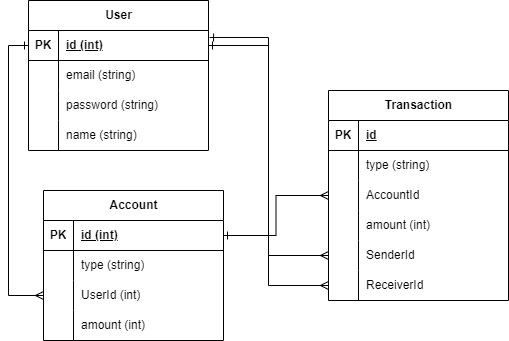
zakyabdurrahman/be-assignment-concrete keeps this draw.io diagram as be_erd.drawio.png. Above is the earlier version. Source tidied: cells renumbered, new cells last; positions are measured from the earlier drawing's top-left corner, leaving out a move shared by most shapes. The source it was exported from:
```xml
<mxGraphModel>
  <root>
    <mxCell id="0" />
    <mxCell id="1" parent="0" />
    <mxCell id="2" value="User" style="shape=table;startSize=30;rowLines=0;fontStyle=1;align=center;html=1;" parent="1" vertex="1">
      <mxGeometry width="180" height="150" as="geometry" />
    </mxCell>
    <mxCell id="3" style="shape=tableRow;horizontal=0;startSize=0;swimlaneHead=0;swimlaneBody=0;fillColor=none;points=[[0,0.5],[1,0.5]];portConstraint=eastwest;top=0;left=0;right=0;bottom=1;" parent="2" vertex="1">
      <mxGeometry y="30" width="180" height="30" as="geometry" />
    </mxCell>
    <mxCell id="4" value="PK" style="shape=partialRectangle;fillColor=none;top=0;left=0;bottom=0;right=0;fontStyle=1;overflow=hidden;whiteSpace=wrap;html=1;" parent="3" vertex="1">
      <mxGeometry width="30" height="30" as="geometry" />
    </mxCell>
    <mxCell id="5" value="id (int)" style="shape=partialRectangle;fillColor=none;top=0;left=0;bottom=0;right=0;align=left;spacingLeft=6;fontStyle=5;overflow=hidden;whiteSpace=wrap;html=1;" parent="3" vertex="1">
      <mxGeometry x="30" width="150" height="30" as="geometry" />
    </mxCell>
    <mxCell id="6" style="shape=tableRow;horizontal=0;startSize=0;swimlaneHead=0;swimlaneBody=0;fillColor=none;top=0;left=0;right=0;bottom=0;" parent="2" vertex="1">
      <mxGeometry y="60" width="180" height="30" as="geometry" />
    </mxCell>
    <mxCell id="7" style="shape=partialRectangle;fillColor=none;top=0;left=0;bottom=0;right=0;overflow=hidden;whiteSpace=wrap;html=1;" parent="6" vertex="1">
      <mxGeometry width="30" height="30" as="geometry" />
    </mxCell>
    <mxCell id="8" value="email (string)" style="shape=partialRectangle;fillColor=none;top=0;left=0;bottom=0;right=0;align=left;spacingLeft=6;overflow=hidden;whiteSpace=wrap;html=1;" parent="6" vertex="1">
      <mxGeometry x="30" width="150" height="30" as="geometry" />
    </mxCell>
    <mxCell id="9" style="shape=tableRow;horizontal=0;startSize=0;swimlaneHead=0;swimlaneBody=0;fillColor=none;top=0;left=0;right=0;bottom=0;" parent="2" vertex="1">
      <mxGeometry y="90" width="180" height="30" as="geometry" />
    </mxCell>
    <mxCell id="10" style="shape=partialRectangle;fillColor=none;top=0;left=0;bottom=0;right=0;overflow=hidden;whiteSpace=wrap;html=1;" parent="9" vertex="1">
      <mxGeometry width="30" height="30" as="geometry" />
    </mxCell>
    <mxCell id="11" value="password (string)" style="shape=partialRectangle;fillColor=none;top=0;left=0;bottom=0;right=0;align=left;spacingLeft=6;overflow=hidden;whiteSpace=wrap;html=1;" parent="9" vertex="1">
      <mxGeometry x="30" width="150" height="30" as="geometry" />
    </mxCell>
    <mxCell id="12" style="shape=tableRow;horizontal=0;startSize=0;swimlaneHead=0;swimlaneBody=0;fillColor=none;top=0;left=0;right=0;bottom=0;" parent="2" vertex="1">
      <mxGeometry y="120" width="180" height="30" as="geometry" />
    </mxCell>
    <mxCell id="13" style="shape=partialRectangle;fillColor=none;top=0;left=0;bottom=0;right=0;overflow=hidden;whiteSpace=wrap;html=1;" parent="12" vertex="1">
      <mxGeometry width="30" height="30" as="geometry" />
    </mxCell>
    <mxCell id="14" value="name (string)" style="shape=partialRectangle;fillColor=none;top=0;left=0;bottom=0;right=0;align=left;spacingLeft=6;overflow=hidden;whiteSpace=wrap;html=1;" parent="12" vertex="1">
      <mxGeometry x="30" width="150" height="30" as="geometry" />
    </mxCell>
    <mxCell id="15" value="Account" style="shape=table;startSize=30;rowLines=0;fontStyle=1;align=center;html=1;" parent="1" vertex="1">
      <mxGeometry x="15" y="190" width="180" height="150" as="geometry" />
    </mxCell>
    <mxCell id="16" style="shape=tableRow;horizontal=0;startSize=0;swimlaneHead=0;swimlaneBody=0;fillColor=none;points=[[0,0.5],[1,0.5]];portConstraint=eastwest;top=0;left=0;right=0;bottom=1;" parent="15" vertex="1">
      <mxGeometry y="30" width="180" height="30" as="geometry" />
    </mxCell>
    <mxCell id="17" value="PK" style="shape=partialRectangle;fillColor=none;top=0;left=0;bottom=0;right=0;fontStyle=1;overflow=hidden;whiteSpace=wrap;html=1;" parent="16" vertex="1">
      <mxGeometry width="30" height="30" as="geometry" />
    </mxCell>
    <mxCell id="18" value="id (int)" style="shape=partialRectangle;fillColor=none;top=0;left=0;bottom=0;right=0;align=left;spacingLeft=6;fontStyle=5;overflow=hidden;whiteSpace=wrap;html=1;" parent="16" vertex="1">
      <mxGeometry x="30" width="150" height="30" as="geometry" />
    </mxCell>
    <mxCell id="19" style="shape=tableRow;horizontal=0;startSize=0;swimlaneHead=0;swimlaneBody=0;fillColor=none;top=0;left=0;right=0;bottom=0;" parent="15" vertex="1">
      <mxGeometry y="60" width="180" height="30" as="geometry" />
    </mxCell>
    <mxCell id="20" style="shape=partialRectangle;fillColor=none;top=0;left=0;bottom=0;right=0;overflow=hidden;whiteSpace=wrap;html=1;" parent="19" vertex="1">
      <mxGeometry width="30" height="30" as="geometry" />
    </mxCell>
    <mxCell id="21" value="type (string)" style="shape=partialRectangle;fillColor=none;top=0;left=0;bottom=0;right=0;align=left;spacingLeft=6;overflow=hidden;whiteSpace=wrap;html=1;" parent="19" vertex="1">
      <mxGeometry x="30" width="150" height="30" as="geometry" />
    </mxCell>
    <mxCell id="22" style="shape=tableRow;horizontal=0;startSize=0;swimlaneHead=0;swimlaneBody=0;fillColor=none;points=[[0,0.5],[1,0.5]];portConstraint=eastwest;top=0;left=0;right=0;bottom=0;" parent="15" vertex="1">
      <mxGeometry y="90" width="180" height="30" as="geometry" />
    </mxCell>
    <mxCell id="23" style="shape=partialRectangle;fillColor=none;top=0;left=0;bottom=0;right=0;overflow=hidden;whiteSpace=wrap;html=1;" parent="22" vertex="1">
      <mxGeometry width="30" height="30" as="geometry" />
    </mxCell>
    <mxCell id="24" value="UserId (int)" style="shape=partialRectangle;fillColor=none;top=0;left=0;bottom=0;right=0;align=left;spacingLeft=6;overflow=hidden;whiteSpace=wrap;html=1;" parent="22" vertex="1">
      <mxGeometry x="30" width="150" height="30" as="geometry" />
    </mxCell>
    <mxCell id="25" style="shape=tableRow;horizontal=0;startSize=0;swimlaneHead=0;swimlaneBody=0;fillColor=none;top=0;left=0;right=0;bottom=0;" parent="15" vertex="1">
      <mxGeometry y="120" width="180" height="30" as="geometry" />
    </mxCell>
    <mxCell id="26" style="shape=partialRectangle;fillColor=none;top=0;left=0;bottom=0;right=0;overflow=hidden;whiteSpace=wrap;html=1;" parent="25" vertex="1">
      <mxGeometry width="30" height="30" as="geometry" />
    </mxCell>
    <mxCell id="27" value="amount (int)" style="shape=partialRectangle;fillColor=none;top=0;left=0;bottom=0;right=0;align=left;spacingLeft=6;overflow=hidden;whiteSpace=wrap;html=1;" parent="25" vertex="1">
      <mxGeometry x="30" width="150" height="30" as="geometry" />
    </mxCell>
    <mxCell id="28" style="edgeStyle=orthogonalEdgeStyle;rounded=0;jettySize=auto;html=1;entryX=0;entryY=0.5;entryDx=0;entryDy=0;endArrow=ERone;endFill=0;startArrow=ERmany;startFill=0;" parent="1" edge="1" source="22" target="3">
      <mxGeometry relative="1" as="geometry" />
    </mxCell>
    <mxCell id="29" value="Transaction" style="shape=table;startSize=30;rowLines=0;fontStyle=1;align=center;html=1;" parent="1" vertex="1">
      <mxGeometry x="300" y="90" width="180" height="210" as="geometry" />
    </mxCell>
    <mxCell id="30" style="shape=tableRow;horizontal=0;startSize=0;swimlaneHead=0;swimlaneBody=0;fillColor=none;top=0;left=0;right=0;bottom=1;" parent="29" vertex="1">
      <mxGeometry y="30" width="180" height="30" as="geometry" />
    </mxCell>
    <mxCell id="31" value="PK" style="shape=partialRectangle;fillColor=none;top=0;left=0;bottom=0;right=0;fontStyle=1;overflow=hidden;whiteSpace=wrap;html=1;" parent="30" vertex="1">
      <mxGeometry width="30" height="30" as="geometry" />
    </mxCell>
    <mxCell id="32" value="id" style="shape=partialRectangle;fillColor=none;top=0;left=0;bottom=0;right=0;align=left;spacingLeft=6;fontStyle=5;overflow=hidden;whiteSpace=wrap;html=1;" parent="30" vertex="1">
      <mxGeometry x="30" width="150" height="30" as="geometry" />
    </mxCell>
    <mxCell id="33" style="shape=tableRow;horizontal=0;startSize=0;swimlaneHead=0;swimlaneBody=0;fillColor=none;top=0;left=0;right=0;bottom=0;" parent="29" vertex="1">
      <mxGeometry y="60" width="180" height="30" as="geometry" />
    </mxCell>
    <mxCell id="34" style="shape=partialRectangle;fillColor=none;top=0;left=0;bottom=0;right=0;overflow=hidden;whiteSpace=wrap;html=1;" parent="33" vertex="1">
      <mxGeometry width="30" height="30" as="geometry" />
    </mxCell>
    <mxCell id="35" value="type (string)" style="shape=partialRectangle;fillColor=none;top=0;left=0;bottom=0;right=0;align=left;spacingLeft=6;overflow=hidden;whiteSpace=wrap;html=1;" parent="33" vertex="1">
      <mxGeometry x="30" width="150" height="30" as="geometry" />
    </mxCell>
    <mxCell id="36" style="shape=tableRow;horizontal=0;startSize=0;swimlaneHead=0;swimlaneBody=0;fillColor=none;points=[[0,0.5],[1,0.5]];portConstraint=eastwest;top=0;left=0;right=0;bottom=0;" parent="29" vertex="1">
      <mxGeometry y="90" width="180" height="30" as="geometry" />
    </mxCell>
    <mxCell id="37" style="shape=partialRectangle;fillColor=none;top=0;left=0;bottom=0;right=0;overflow=hidden;whiteSpace=wrap;html=1;" parent="36" vertex="1">
      <mxGeometry width="30" height="30" as="geometry" />
    </mxCell>
    <mxCell id="38" value="AccountId" style="shape=partialRectangle;fillColor=none;top=0;left=0;bottom=0;right=0;align=left;spacingLeft=6;overflow=hidden;whiteSpace=wrap;html=1;" parent="36" vertex="1">
      <mxGeometry x="30" width="150" height="30" as="geometry" />
    </mxCell>
    <mxCell id="39" style="shape=tableRow;horizontal=0;startSize=0;swimlaneHead=0;swimlaneBody=0;fillColor=none;top=0;left=0;right=0;bottom=0;" parent="29" vertex="1">
      <mxGeometry y="120" width="180" height="30" as="geometry" />
    </mxCell>
    <mxCell id="40" style="shape=partialRectangle;fillColor=none;top=0;left=0;bottom=0;right=0;overflow=hidden;whiteSpace=wrap;html=1;" parent="39" vertex="1">
      <mxGeometry width="30" height="30" as="geometry" />
    </mxCell>
    <mxCell id="41" value="amount (int)" style="shape=partialRectangle;fillColor=none;top=0;left=0;bottom=0;right=0;align=left;spacingLeft=6;overflow=hidden;whiteSpace=wrap;html=1;" parent="39" vertex="1">
      <mxGeometry x="30" width="150" height="30" as="geometry" />
    </mxCell>
    <mxCell id="42" style="shape=tableRow;horizontal=0;startSize=0;swimlaneHead=0;swimlaneBody=0;fillColor=none;points=[[0,0.5],[1,0.5]];portConstraint=eastwest;top=0;left=0;right=0;bottom=0;" parent="29" vertex="1">
      <mxGeometry y="150" width="180" height="30" as="geometry" />
    </mxCell>
    <mxCell id="43" style="shape=partialRectangle;fillColor=none;top=0;left=0;bottom=0;right=0;overflow=hidden;whiteSpace=wrap;html=1;" parent="42" vertex="1">
      <mxGeometry width="30" height="30" as="geometry" />
    </mxCell>
    <mxCell id="44" value="SenderId" style="shape=partialRectangle;fillColor=none;top=0;left=0;bottom=0;right=0;align=left;spacingLeft=6;overflow=hidden;whiteSpace=wrap;html=1;" parent="42" vertex="1">
      <mxGeometry x="30" width="150" height="30" as="geometry" />
    </mxCell>
    <mxCell id="45" style="shape=tableRow;horizontal=0;startSize=0;swimlaneHead=0;swimlaneBody=0;fillColor=none;points=[[0,0.5],[1,0.5]];portConstraint=eastwest;top=0;left=0;right=0;bottom=0;" parent="29" vertex="1">
      <mxGeometry y="180" width="180" height="30" as="geometry" />
    </mxCell>
    <mxCell id="46" style="shape=partialRectangle;fillColor=none;top=0;left=0;bottom=0;right=0;overflow=hidden;whiteSpace=wrap;html=1;" parent="45" vertex="1">
      <mxGeometry width="30" height="30" as="geometry" />
    </mxCell>
    <mxCell id="47" value="ReceiverId" style="shape=partialRectangle;fillColor=none;top=0;left=0;bottom=0;right=0;align=left;spacingLeft=6;overflow=hidden;whiteSpace=wrap;html=1;" parent="45" vertex="1">
      <mxGeometry x="30" width="150" height="30" as="geometry" />
    </mxCell>
    <mxCell id="48" style="edgeStyle=orthogonalEdgeStyle;rounded=0;jettySize=auto;html=1;entryX=1;entryY=0.5;entryDx=0;entryDy=0;endArrow=ERone;endFill=0;startArrow=ERmany;startFill=0;" parent="1" edge="1" source="36" target="16">
      <mxGeometry relative="1" as="geometry" />
    </mxCell>
    <mxCell id="49" style="edgeStyle=orthogonalEdgeStyle;rounded=0;jettySize=auto;html=1;entryX=1.006;entryY=0.233;entryDx=0;entryDy=0;entryPerimeter=0;startArrow=ERmany;startFill=0;endArrow=ERone;endFill=0;" parent="1" edge="1" source="42" target="3">
      <mxGeometry relative="1" as="geometry" />
    </mxCell>
    <mxCell id="50" style="edgeStyle=orthogonalEdgeStyle;rounded=0;jettySize=auto;html=1;endArrow=ERone;endFill=0;startArrow=ERmany;startFill=0;" parent="1" edge="1" source="45" target="3">
      <mxGeometry relative="1" as="geometry" />
    </mxCell>
  </root>
</mxGraphModel>
```
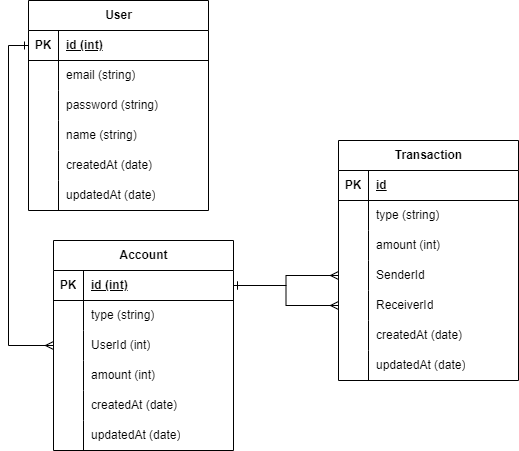
After the commit.

Change to the diagram source:
```diff
@@ -3,7 +3,7 @@
     <mxCell id="0" />
     <mxCell id="1" parent="0" />
     <mxCell id="2" value="User" style="shape=table;startSize=30;rowLines=0;fontStyle=1;align=center;html=1;" parent="1" vertex="1">
-      <mxGeometry width="180" height="150" as="geometry" />
+      <mxGeometry x="-10" y="-50" width="180" height="210" as="geometry" />
     </mxCell>
     <mxCell id="3" style="shape=tableRow;horizontal=0;startSize=0;swimlaneHead=0;swimlaneBody=0;fillColor=none;points=[[0,0.5],[1,0.5]];portConstraint=eastwest;top=0;left=0;right=0;bottom=1;" parent="2" vertex="1">
       <mxGeometry y="30" width="180" height="30" as="geometry" />
@@ -41,8 +41,26 @@
     <mxCell id="14" value="name (string)" style="shape=partialRectangle;fillColor=none;top=0;left=0;bottom=0;right=0;align=left;spacingLeft=6;overflow=hidden;whiteSpace=wrap;html=1;" parent="12" vertex="1">
       <mxGeometry x="30" width="150" height="30" as="geometry" />
     </mxCell>
+    <mxCell id="51" style="shape=tableRow;horizontal=0;startSize=0;swimlaneHead=0;swimlaneBody=0;fillColor=none;top=0;left=0;right=0;bottom=0;" parent="2" vertex="1">
+      <mxGeometry y="150" width="180" height="30" as="geometry" />
+    </mxCell>
+    <mxCell id="52" style="shape=partialRectangle;fillColor=none;top=0;left=0;bottom=0;right=0;overflow=hidden;whiteSpace=wrap;html=1;" parent="51" vertex="1">
+      <mxGeometry width="30" height="30" as="geometry" />
+    </mxCell>
+    <mxCell id="53" value="createdAt (date)" style="shape=partialRectangle;fillColor=none;top=0;left=0;bottom=0;right=0;align=left;spacingLeft=6;overflow=hidden;whiteSpace=wrap;html=1;" parent="51" vertex="1">
+      <mxGeometry x="30" width="150" height="30" as="geometry" />
+    </mxCell>
+    <mxCell id="54" style="shape=tableRow;horizontal=0;startSize=0;swimlaneHead=0;swimlaneBody=0;fillColor=none;top=0;left=0;right=0;bottom=0;" parent="2" vertex="1">
+      <mxGeometry y="180" width="180" height="30" as="geometry" />
+    </mxCell>
+    <mxCell id="55" style="shape=partialRectangle;fillColor=none;top=0;left=0;bottom=0;right=0;overflow=hidden;whiteSpace=wrap;html=1;" parent="54" vertex="1">
+      <mxGeometry width="30" height="30" as="geometry" />
+    </mxCell>
+    <mxCell id="56" value="updatedAt (date)" style="shape=partialRectangle;fillColor=none;top=0;left=0;bottom=0;right=0;align=left;spacingLeft=6;overflow=hidden;whiteSpace=wrap;html=1;" parent="54" vertex="1">
+      <mxGeometry x="30" width="150" height="30" as="geometry" />
+    </mxCell>
     <mxCell id="15" value="Account" style="shape=table;startSize=30;rowLines=0;fontStyle=1;align=center;html=1;" parent="1" vertex="1">
-      <mxGeometry x="15" y="190" width="180" height="150" as="geometry" />
+      <mxGeometry x="15" y="190" width="180" height="210" as="geometry" />
     </mxCell>
     <mxCell id="16" style="shape=tableRow;horizontal=0;startSize=0;swimlaneHead=0;swimlaneBody=0;fillColor=none;points=[[0,0.5],[1,0.5]];portConstraint=eastwest;top=0;left=0;right=0;bottom=1;" parent="15" vertex="1">
       <mxGeometry y="30" width="180" height="30" as="geometry" />
@@ -80,11 +98,29 @@
     <mxCell id="27" value="amount (int)" style="shape=partialRectangle;fillColor=none;top=0;left=0;bottom=0;right=0;align=left;spacingLeft=6;overflow=hidden;whiteSpace=wrap;html=1;" parent="25" vertex="1">
       <mxGeometry x="30" width="150" height="30" as="geometry" />
     </mxCell>
+    <mxCell id="57" style="shape=tableRow;horizontal=0;startSize=0;swimlaneHead=0;swimlaneBody=0;fillColor=none;top=0;left=0;right=0;bottom=0;" parent="15" vertex="1">
+      <mxGeometry y="150" width="180" height="30" as="geometry" />
+    </mxCell>
+    <mxCell id="58" style="shape=partialRectangle;fillColor=none;top=0;left=0;bottom=0;right=0;overflow=hidden;whiteSpace=wrap;html=1;" parent="57" vertex="1">
+      <mxGeometry width="30" height="30" as="geometry" />
+    </mxCell>
+    <mxCell id="59" value="createdAt (date)" style="shape=partialRectangle;fillColor=none;top=0;left=0;bottom=0;right=0;align=left;spacingLeft=6;overflow=hidden;whiteSpace=wrap;html=1;" parent="57" vertex="1">
+      <mxGeometry x="30" width="150" height="30" as="geometry" />
+    </mxCell>
+    <mxCell id="60" style="shape=tableRow;horizontal=0;startSize=0;swimlaneHead=0;swimlaneBody=0;fillColor=none;top=0;left=0;right=0;bottom=0;" parent="15" vertex="1">
+      <mxGeometry y="180" width="180" height="30" as="geometry" />
+    </mxCell>
+    <mxCell id="61" style="shape=partialRectangle;fillColor=none;top=0;left=0;bottom=0;right=0;overflow=hidden;whiteSpace=wrap;html=1;" parent="60" vertex="1">
+      <mxGeometry width="30" height="30" as="geometry" />
+    </mxCell>
+    <mxCell id="62" value="updatedAt (date)" style="shape=partialRectangle;fillColor=none;top=0;left=0;bottom=0;right=0;align=left;spacingLeft=6;overflow=hidden;whiteSpace=wrap;html=1;" parent="60" vertex="1">
+      <mxGeometry x="30" width="150" height="30" as="geometry" />
+    </mxCell>
     <mxCell id="28" style="edgeStyle=orthogonalEdgeStyle;rounded=0;jettySize=auto;html=1;entryX=0;entryY=0.5;entryDx=0;entryDy=0;endArrow=ERone;endFill=0;startArrow=ERmany;startFill=0;" parent="1" edge="1" source="22" target="3">
       <mxGeometry relative="1" as="geometry" />
     </mxCell>
     <mxCell id="29" value="Transaction" style="shape=table;startSize=30;rowLines=0;fontStyle=1;align=center;html=1;" parent="1" vertex="1">
-      <mxGeometry x="300" y="90" width="180" height="210" as="geometry" />
+      <mxGeometry x="300" y="90" width="180" height="240" as="geometry" />
     </mxCell>
     <mxCell id="30" style="shape=tableRow;horizontal=0;startSize=0;swimlaneHead=0;swimlaneBody=0;fillColor=none;top=0;left=0;right=0;bottom=1;" parent="29" vertex="1">
       <mxGeometry y="30" width="180" height="30" as="geometry" />
@@ -104,17 +140,8 @@
     <mxCell id="35" value="type (string)" style="shape=partialRectangle;fillColor=none;top=0;left=0;bottom=0;right=0;align=left;spacingLeft=6;overflow=hidden;whiteSpace=wrap;html=1;" parent="33" vertex="1">
       <mxGeometry x="30" width="150" height="30" as="geometry" />
     </mxCell>
-    <mxCell id="36" style="shape=tableRow;horizontal=0;startSize=0;swimlaneHead=0;swimlaneBody=0;fillColor=none;points=[[0,0.5],[1,0.5]];portConstraint=eastwest;top=0;left=0;right=0;bottom=0;" parent="29" vertex="1">
-      <mxGeometry y="90" width="180" height="30" as="geometry" />
-    </mxCell>
-    <mxCell id="37" style="shape=partialRectangle;fillColor=none;top=0;left=0;bottom=0;right=0;overflow=hidden;whiteSpace=wrap;html=1;" parent="36" vertex="1">
-      <mxGeometry width="30" height="30" as="geometry" />
-    </mxCell>
-    <mxCell id="38" value="AccountId" style="shape=partialRectangle;fillColor=none;top=0;left=0;bottom=0;right=0;align=left;spacingLeft=6;overflow=hidden;whiteSpace=wrap;html=1;" parent="36" vertex="1">
-      <mxGeometry x="30" width="150" height="30" as="geometry" />
-    </mxCell>
     <mxCell id="39" style="shape=tableRow;horizontal=0;startSize=0;swimlaneHead=0;swimlaneBody=0;fillColor=none;top=0;left=0;right=0;bottom=0;" parent="29" vertex="1">
-      <mxGeometry y="120" width="180" height="30" as="geometry" />
+      <mxGeometry y="90" width="180" height="30" as="geometry" />
     </mxCell>
     <mxCell id="40" style="shape=partialRectangle;fillColor=none;top=0;left=0;bottom=0;right=0;overflow=hidden;whiteSpace=wrap;html=1;" parent="39" vertex="1">
       <mxGeometry width="30" height="30" as="geometry" />
@@ -123,7 +150,7 @@
       <mxGeometry x="30" width="150" height="30" as="geometry" />
     </mxCell>
     <mxCell id="42" style="shape=tableRow;horizontal=0;startSize=0;swimlaneHead=0;swimlaneBody=0;fillColor=none;points=[[0,0.5],[1,0.5]];portConstraint=eastwest;top=0;left=0;right=0;bottom=0;" parent="29" vertex="1">
-      <mxGeometry y="150" width="180" height="30" as="geometry" />
+      <mxGeometry y="120" width="180" height="30" as="geometry" />
     </mxCell>
     <mxCell id="43" style="shape=partialRectangle;fillColor=none;top=0;left=0;bottom=0;right=0;overflow=hidden;whiteSpace=wrap;html=1;" parent="42" vertex="1">
       <mxGeometry width="30" height="30" as="geometry" />
@@ -132,7 +159,7 @@
       <mxGeometry x="30" width="150" height="30" as="geometry" />
     </mxCell>
     <mxCell id="45" style="shape=tableRow;horizontal=0;startSize=0;swimlaneHead=0;swimlaneBody=0;fillColor=none;points=[[0,0.5],[1,0.5]];portConstraint=eastwest;top=0;left=0;right=0;bottom=0;" parent="29" vertex="1">
-      <mxGeometry y="180" width="180" height="30" as="geometry" />
+      <mxGeometry y="150" width="180" height="30" as="geometry" />
     </mxCell>
     <mxCell id="46" style="shape=partialRectangle;fillColor=none;top=0;left=0;bottom=0;right=0;overflow=hidden;whiteSpace=wrap;html=1;" parent="45" vertex="1">
       <mxGeometry width="30" height="30" as="geometry" />
@@ -140,14 +167,29 @@
     <mxCell id="47" value="ReceiverId" style="shape=partialRectangle;fillColor=none;top=0;left=0;bottom=0;right=0;align=left;spacingLeft=6;overflow=hidden;whiteSpace=wrap;html=1;" parent="45" vertex="1">
       <mxGeometry x="30" width="150" height="30" as="geometry" />
     </mxCell>
-    <mxCell id="48" style="edgeStyle=orthogonalEdgeStyle;rounded=0;jettySize=auto;html=1;entryX=1;entryY=0.5;entryDx=0;entryDy=0;endArrow=ERone;endFill=0;startArrow=ERmany;startFill=0;" parent="1" edge="1" source="36" target="16">
-      <mxGeometry relative="1" as="geometry" />
-    </mxCell>
-    <mxCell id="49" style="edgeStyle=orthogonalEdgeStyle;rounded=0;jettySize=auto;html=1;entryX=1.006;entryY=0.233;entryDx=0;entryDy=0;entryPerimeter=0;startArrow=ERmany;startFill=0;endArrow=ERone;endFill=0;" parent="1" edge="1" source="42" target="3">
-      <mxGeometry relative="1" as="geometry" />
-    </mxCell>
-    <mxCell id="50" style="edgeStyle=orthogonalEdgeStyle;rounded=0;jettySize=auto;html=1;endArrow=ERone;endFill=0;startArrow=ERmany;startFill=0;" parent="1" edge="1" source="45" target="3">
-      <mxGeometry relative="1" as="geometry" />
-    </mxCell>
+    <mxCell id="63" style="shape=tableRow;horizontal=0;startSize=0;swimlaneHead=0;swimlaneBody=0;fillColor=none;top=0;left=0;right=0;bottom=0;" parent="29" vertex="1">
+      <mxGeometry y="180" width="180" height="30" as="geometry" />
+    </mxCell>
+    <mxCell id="64" style="shape=partialRectangle;fillColor=none;top=0;left=0;bottom=0;right=0;overflow=hidden;whiteSpace=wrap;html=1;" parent="63" vertex="1">
+      <mxGeometry width="30" height="30" as="geometry" />
+    </mxCell>
+    <mxCell id="65" value="createdAt (date)" style="shape=partialRectangle;fillColor=none;top=0;left=0;bottom=0;right=0;align=left;spacingLeft=6;overflow=hidden;whiteSpace=wrap;html=1;" parent="63" vertex="1">
+      <mxGeometry x="30" width="150" height="30" as="geometry" />
+    </mxCell>
+    <mxCell id="66" style="shape=tableRow;horizontal=0;startSize=0;swimlaneHead=0;swimlaneBody=0;fillColor=none;top=0;left=0;right=0;bottom=0;" parent="29" vertex="1">
+      <mxGeometry y="210" width="180" height="30" as="geometry" />
+    </mxCell>
+    <mxCell id="67" style="shape=partialRectangle;fillColor=none;top=0;left=0;bottom=0;right=0;overflow=hidden;whiteSpace=wrap;html=1;" parent="66" vertex="1">
+      <mxGeometry width="30" height="30" as="geometry" />
+    </mxCell>
+    <mxCell id="68" value="updatedAt (date)" style="shape=partialRectangle;fillColor=none;top=0;left=0;bottom=0;right=0;align=left;spacingLeft=6;overflow=hidden;whiteSpace=wrap;html=1;" parent="66" vertex="1">
+      <mxGeometry x="30" width="150" height="30" as="geometry" />
+    </mxCell>
+    <mxCell id="69" style="edgeStyle=orthogonalEdgeStyle;rounded=0;jettySize=auto;html=1;entryX=1;entryY=0.5;entryDx=0;entryDy=0;endArrow=ERone;endFill=0;startArrow=ERmany;startFill=0;" parent="1" edge="1" source="42" target="16">
+      <mxGeometry relative="1" as="geometry" />
+    </mxCell>
+    <mxCell id="70" style="edgeStyle=orthogonalEdgeStyle;rounded=0;jettySize=auto;html=1;entryX=1;entryY=0.5;entryDx=0;entryDy=0;endArrow=ERone;endFill=0;startArrow=ERmany;startFill=0;" parent="1" edge="1" source="45" target="16">
+      <mxGeometry relative="1" as="geometry" />
+    </mxCell>
   </root>
 </mxGraphModel>
```
